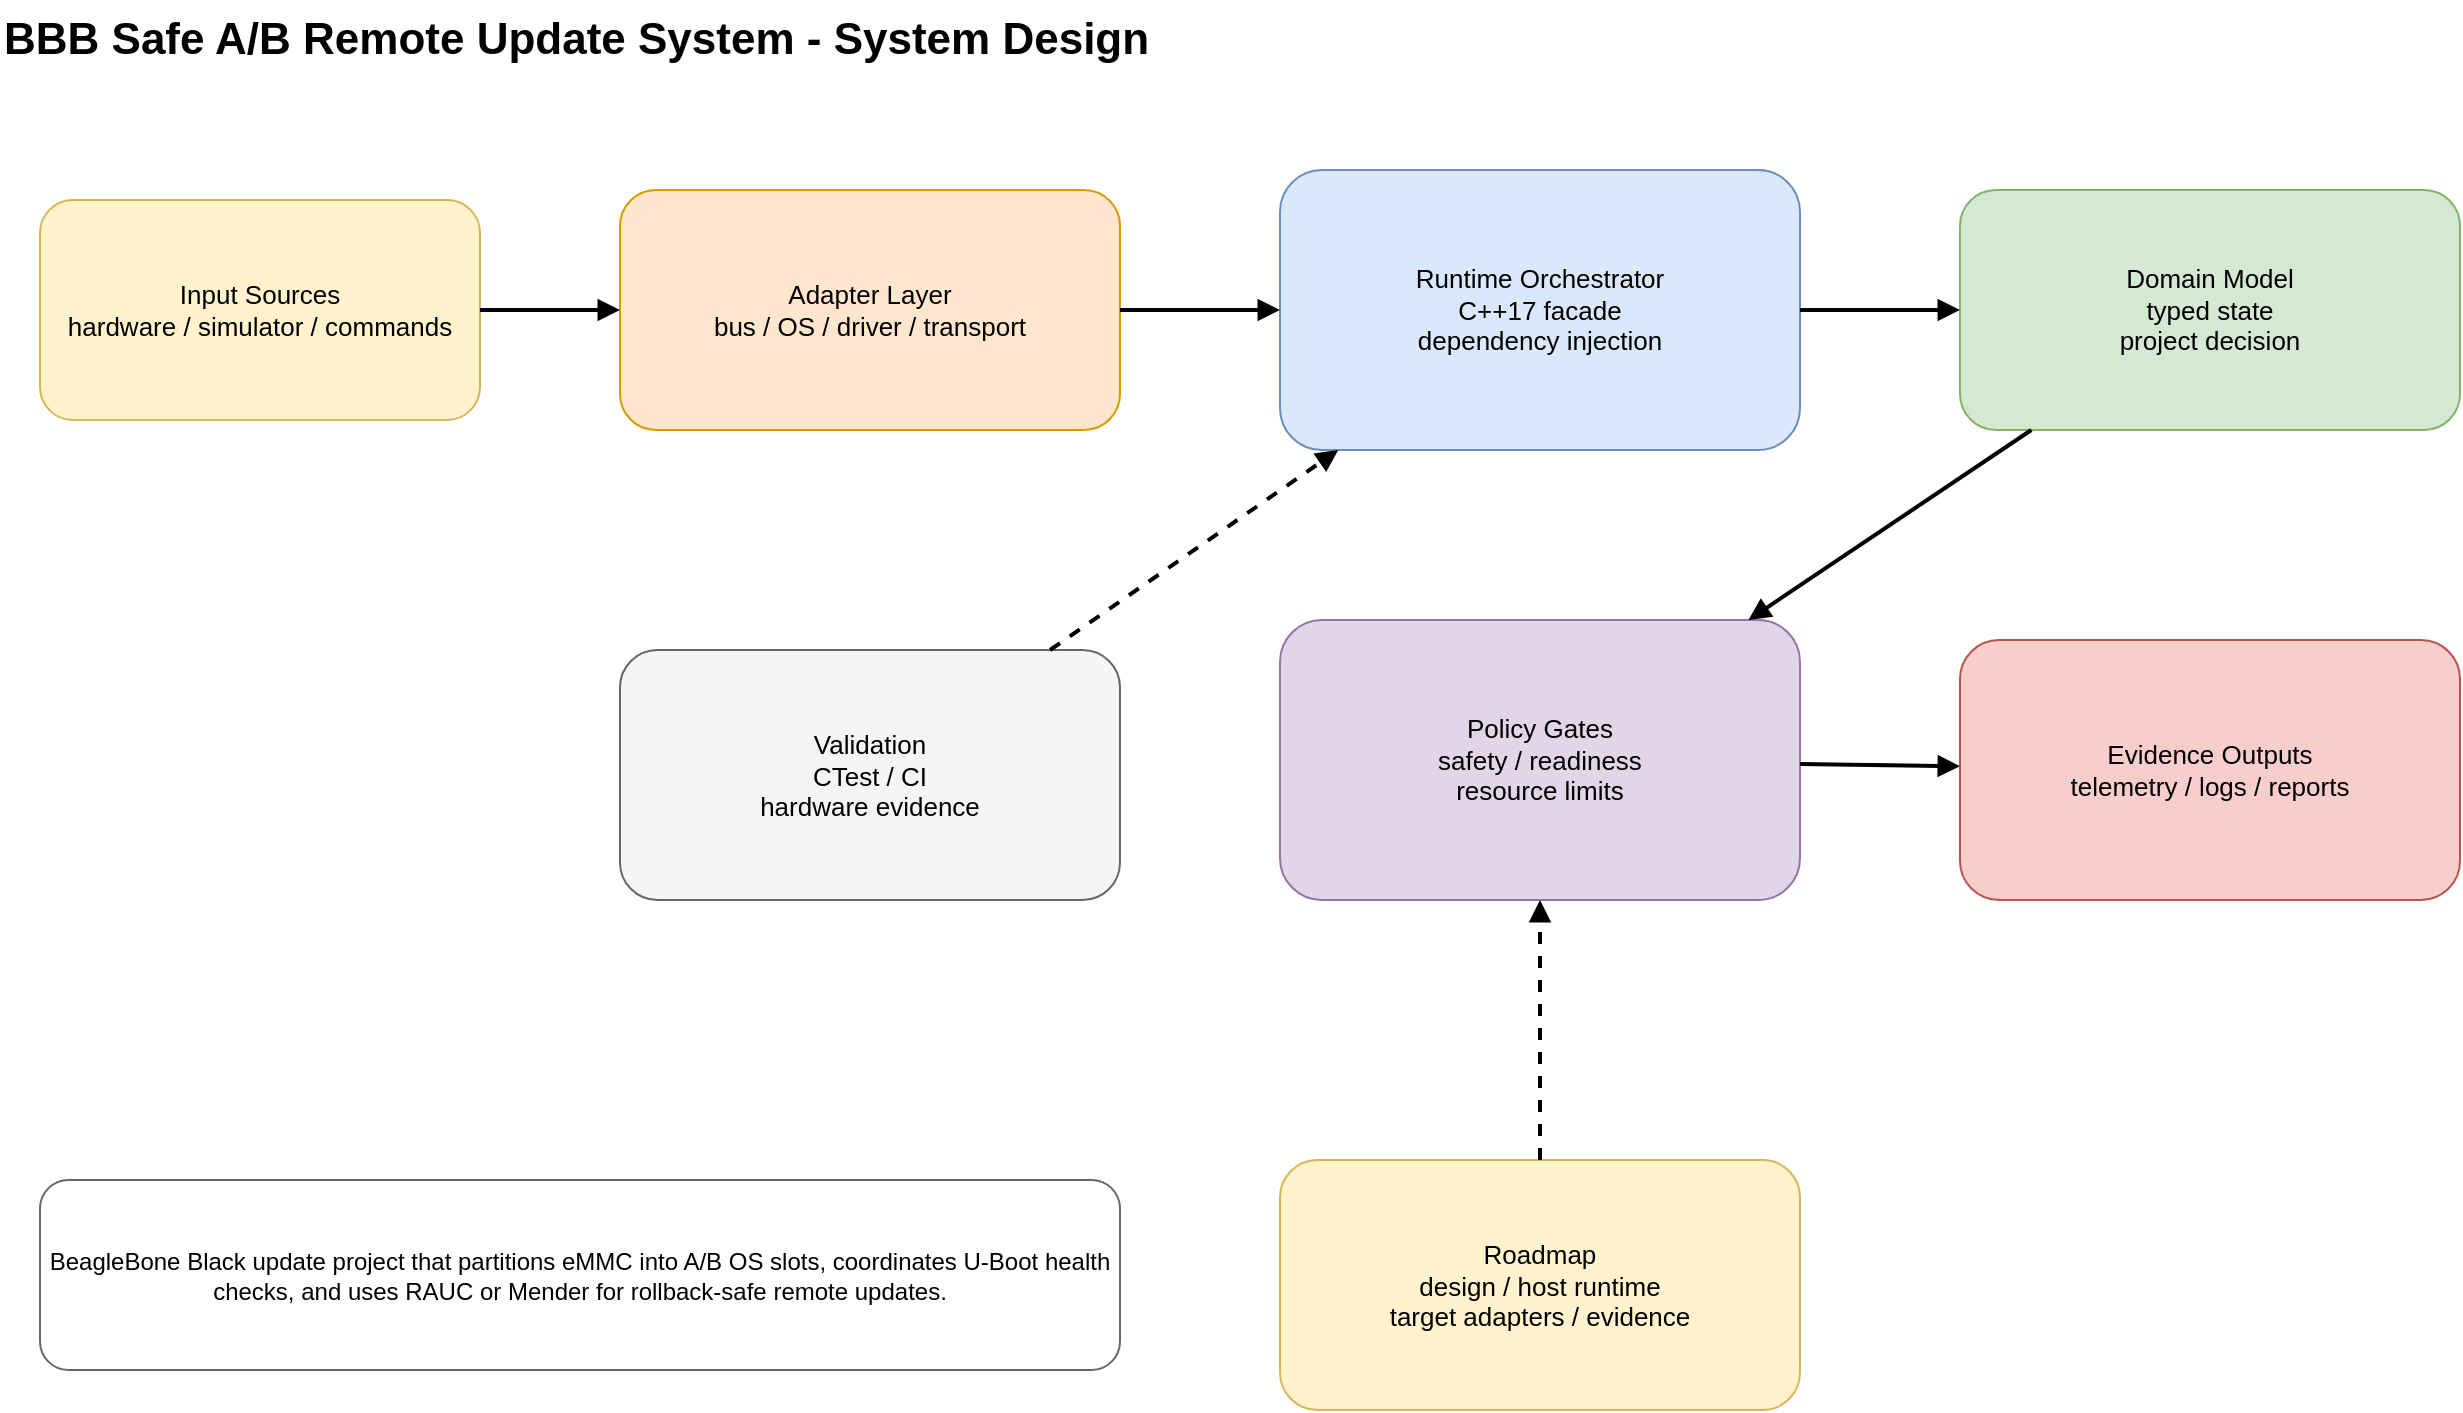
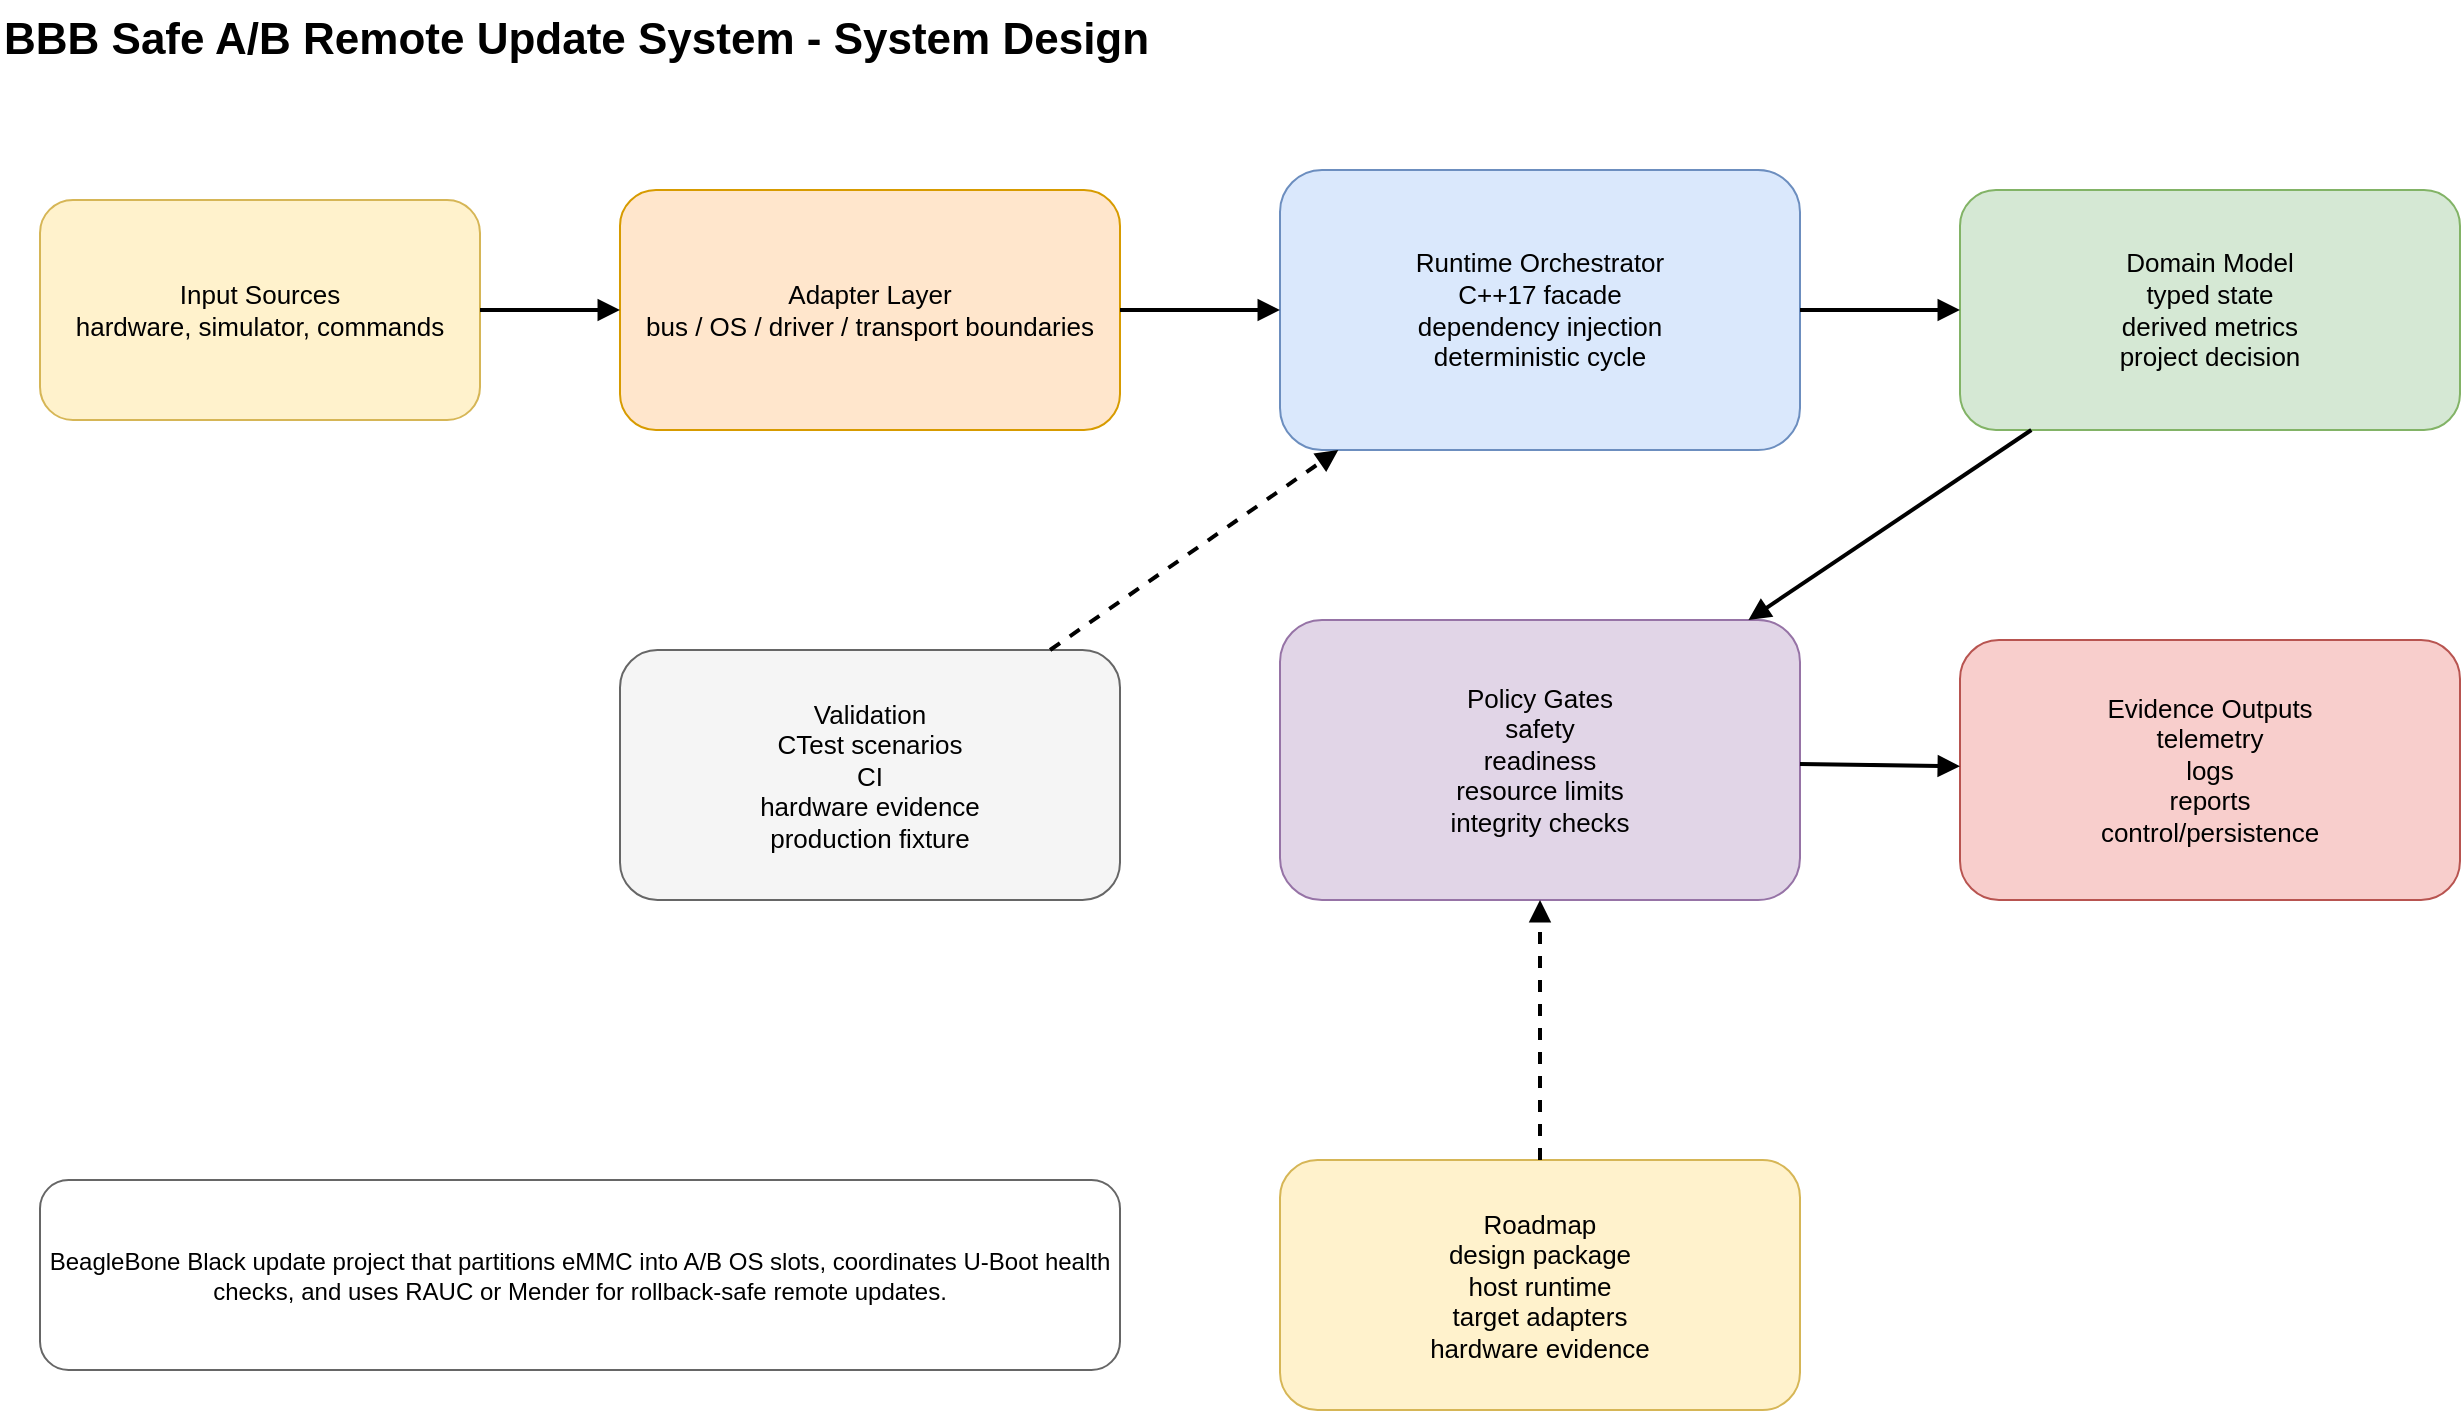
- <mxfile host="app.diagrams.net"><diagram id="bbb-safe-ab-remote-update-system-system-design" name="System Design"><mxGraphModel dx="1422" dy="794" grid="1" gridSize="10" guides="1" tooltips="1" connect="1" arrows="1" fold="1" page="1" pageScale="1" pageWidth="1400" pageHeight="900" math="0" shadow="0"><root><mxCell id="0"/><mxCell id="1" parent="0"/><mxCell id="title" value="BBB Safe A/B Remote Update System - System Design" style="text;html=1;strokeColor=none;fillColor=none;fontSize=22;fontStyle=1" vertex="1" parent="1"><mxGeometry x="40" y="20" width="780" height="40" as="geometry"/></mxCell><mxCell id="input" value="Input Sources&#xa;hardware / simulator / commands" style="rounded=1;whiteSpace=wrap;html=1;fillColor=#fff2cc;strokeColor=#d6b656;fontSize=13" vertex="1" parent="1"><mxGeometry x="60" y="120" width="220" height="110" as="geometry"/></mxCell><mxCell id="adapter" value="Adapter Layer&#xa;bus / OS / driver / transport" style="rounded=1;whiteSpace=wrap;html=1;fillColor=#ffe6cc;strokeColor=#d79b00;fontSize=13" vertex="1" parent="1"><mxGeometry x="350" y="115" width="250" height="120" as="geometry"/></mxCell><mxCell id="runtime" value="Runtime Orchestrator&#xa;C++17 facade&#xa;dependency injection" style="rounded=1;whiteSpace=wrap;html=1;fillColor=#dae8fc;strokeColor=#6c8ebf;fontSize=13" vertex="1" parent="1"><mxGeometry x="680" y="105" width="260" height="140" as="geometry"/></mxCell><mxCell id="domain" value="Domain Model&#xa;typed state&#xa;project decision" style="rounded=1;whiteSpace=wrap;html=1;fillColor=#d5e8d4;strokeColor=#82b366;fontSize=13" vertex="1" parent="1"><mxGeometry x="1020" y="115" width="250" height="120" as="geometry"/></mxCell><mxCell id="policy" value="Policy Gates&#xa;safety / readiness&#xa;resource limits" style="rounded=1;whiteSpace=wrap;html=1;fillColor=#e1d5e7;strokeColor=#9673a6;fontSize=13" vertex="1" parent="1"><mxGeometry x="680" y="330" width="260" height="140" as="geometry"/></mxCell><mxCell id="output" value="Evidence Outputs&#xa;telemetry / logs / reports" style="rounded=1;whiteSpace=wrap;html=1;fillColor=#f8cecc;strokeColor=#b85450;fontSize=13" vertex="1" parent="1"><mxGeometry x="1020" y="340" width="250" height="130" as="geometry"/></mxCell><mxCell id="tests" value="Validation&#xa;CTest / CI&#xa;hardware evidence" style="rounded=1;whiteSpace=wrap;html=1;fillColor=#f5f5f5;strokeColor=#666666;fontSize=13" vertex="1" parent="1"><mxGeometry x="350" y="345" width="250" height="125" as="geometry"/></mxCell><mxCell id="summary" value="BeagleBone Black update project that partitions eMMC into A/B OS slots, coordinates U-Boot health checks, and uses RAUC or Mender for rollback-safe remote updates." style="rounded=1;whiteSpace=wrap;html=1;fillColor=#ffffff;strokeColor=#666666;fontSize=12" vertex="1" parent="1"><mxGeometry x="60" y="610" width="540" height="95" as="geometry"/></mxCell><mxCell id="roadmap" value="Roadmap&#xa;design / host runtime&#xa;target adapters / evidence" style="rounded=1;whiteSpace=wrap;html=1;fillColor=#fff2cc;strokeColor=#d6b656;fontSize=13" vertex="1" parent="1"><mxGeometry x="680" y="600" width="260" height="125" as="geometry"/></mxCell><mxCell id="e1" style="endArrow=block;html=1;rounded=0;strokeWidth=2" edge="1" parent="1" source="input" target="adapter"><mxGeometry relative="1" as="geometry"/></mxCell><mxCell id="e2" style="endArrow=block;html=1;rounded=0;strokeWidth=2" edge="1" parent="1" source="adapter" target="runtime"><mxGeometry relative="1" as="geometry"/></mxCell><mxCell id="e3" style="endArrow=block;html=1;rounded=0;strokeWidth=2" edge="1" parent="1" source="runtime" target="domain"><mxGeometry relative="1" as="geometry"/></mxCell><mxCell id="e4" style="endArrow=block;html=1;rounded=0;strokeWidth=2" edge="1" parent="1" source="domain" target="policy"><mxGeometry relative="1" as="geometry"/></mxCell><mxCell id="e5" style="endArrow=block;html=1;rounded=0;strokeWidth=2" edge="1" parent="1" source="policy" target="output"><mxGeometry relative="1" as="geometry"/></mxCell><mxCell id="e6" style="endArrow=block;html=1;rounded=0;strokeWidth=2;dashed=1" edge="1" parent="1" source="tests" target="runtime"><mxGeometry relative="1" as="geometry"/></mxCell><mxCell id="e7" style="endArrow=block;html=1;rounded=0;strokeWidth=2;dashed=1" edge="1" parent="1" source="roadmap" target="policy"><mxGeometry relative="1" as="geometry"/></mxCell></root></mxGraphModel></diagram></mxfile>
+ <mxfile host="app.diagrams.net">
+   <diagram id="bbb-safe-ab-remote-update-system-design" name="System Design">
+     <mxGraphModel dx="1422" dy="794" grid="1" gridSize="10" guides="1" tooltips="1" connect="1" arrows="1" fold="1" page="1" pageScale="1" pageWidth="1400" pageHeight="900" math="0" shadow="0">
+       <root>
+         <mxCell id="0"/>
+         <mxCell id="1" parent="0"/>
+         <mxCell id="title" value="BBB Safe A/B Remote Update System - System Design" style="text;html=1;strokeColor=none;fillColor=none;fontSize=22;fontStyle=1" vertex="1" parent="1"><mxGeometry x="40" y="20" width="760" height="40" as="geometry"/></mxCell>
+         <mxCell id="input" value="Input Sources&#xa;hardware, simulator, commands" style="rounded=1;whiteSpace=wrap;html=1;fillColor=#fff2cc;strokeColor=#d6b656;fontSize=13" vertex="1" parent="1"><mxGeometry x="60" y="120" width="220" height="110" as="geometry"/></mxCell>
+         <mxCell id="adapter" value="Adapter Layer&#xa;bus / OS / driver / transport boundaries" style="rounded=1;whiteSpace=wrap;html=1;fillColor=#ffe6cc;strokeColor=#d79b00;fontSize=13" vertex="1" parent="1"><mxGeometry x="350" y="115" width="250" height="120" as="geometry"/></mxCell>
+         <mxCell id="runtime" value="Runtime Orchestrator&#xa;C++17 facade&#xa;dependency injection&#xa;deterministic cycle" style="rounded=1;whiteSpace=wrap;html=1;fillColor=#dae8fc;strokeColor=#6c8ebf;fontSize=13" vertex="1" parent="1"><mxGeometry x="680" y="105" width="260" height="140" as="geometry"/></mxCell>
+         <mxCell id="domain" value="Domain Model&#xa;typed state&#xa;derived metrics&#xa;project decision" style="rounded=1;whiteSpace=wrap;html=1;fillColor=#d5e8d4;strokeColor=#82b366;fontSize=13" vertex="1" parent="1"><mxGeometry x="1020" y="115" width="250" height="120" as="geometry"/></mxCell>
+         <mxCell id="policy" value="Policy Gates&#xa;safety&#xa;readiness&#xa;resource limits&#xa;integrity checks" style="rounded=1;whiteSpace=wrap;html=1;fillColor=#e1d5e7;strokeColor=#9673a6;fontSize=13" vertex="1" parent="1"><mxGeometry x="680" y="330" width="260" height="140" as="geometry"/></mxCell>
+         <mxCell id="output" value="Evidence Outputs&#xa;telemetry&#xa;logs&#xa;reports&#xa;control/persistence" style="rounded=1;whiteSpace=wrap;html=1;fillColor=#f8cecc;strokeColor=#b85450;fontSize=13" vertex="1" parent="1"><mxGeometry x="1020" y="340" width="250" height="130" as="geometry"/></mxCell>
+         <mxCell id="tests" value="Validation&#xa;CTest scenarios&#xa;CI&#xa;hardware evidence&#xa;production fixture" style="rounded=1;whiteSpace=wrap;html=1;fillColor=#f5f5f5;strokeColor=#666666;fontSize=13" vertex="1" parent="1"><mxGeometry x="350" y="345" width="250" height="125" as="geometry"/></mxCell>
+         <mxCell id="roadmap" value="Roadmap&#xa;design package&#xa;host runtime&#xa;target adapters&#xa;hardware evidence" style="rounded=1;whiteSpace=wrap;html=1;fillColor=#fff2cc;strokeColor=#d6b656;fontSize=13" vertex="1" parent="1"><mxGeometry x="680" y="600" width="260" height="125" as="geometry"/></mxCell>
+         <mxCell id="summary" value="BeagleBone Black update project that partitions eMMC into A/B OS slots, coordinates U-Boot health checks, and uses RAUC or Mender for rollback-safe remote updates." style="rounded=1;whiteSpace=wrap;html=1;fillColor=#ffffff;strokeColor=#666666;fontSize=12" vertex="1" parent="1"><mxGeometry x="60" y="610" width="540" height="95" as="geometry"/></mxCell>
+         <mxCell id="e1" style="endArrow=block;html=1;rounded=0;strokeWidth=2" edge="1" parent="1" source="input" target="adapter"><mxGeometry relative="1" as="geometry"/></mxCell>
+         <mxCell id="e2" style="endArrow=block;html=1;rounded=0;strokeWidth=2" edge="1" parent="1" source="adapter" target="runtime"><mxGeometry relative="1" as="geometry"/></mxCell>
+         <mxCell id="e3" style="endArrow=block;html=1;rounded=0;strokeWidth=2" edge="1" parent="1" source="runtime" target="domain"><mxGeometry relative="1" as="geometry"/></mxCell>
+         <mxCell id="e4" style="endArrow=block;html=1;rounded=0;strokeWidth=2" edge="1" parent="1" source="domain" target="policy"><mxGeometry relative="1" as="geometry"/></mxCell>
+         <mxCell id="e5" style="endArrow=block;html=1;rounded=0;strokeWidth=2" edge="1" parent="1" source="policy" target="output"><mxGeometry relative="1" as="geometry"/></mxCell>
+         <mxCell id="e6" style="endArrow=block;html=1;rounded=0;strokeWidth=2;dashed=1" edge="1" parent="1" source="tests" target="runtime"><mxGeometry relative="1" as="geometry"/></mxCell>
+         <mxCell id="e7" style="endArrow=block;html=1;rounded=0;strokeWidth=2;dashed=1" edge="1" parent="1" source="roadmap" target="policy"><mxGeometry relative="1" as="geometry"/></mxCell>
+       </root>
+     </mxGraphModel>
+   </diagram>
+ </mxfile>
